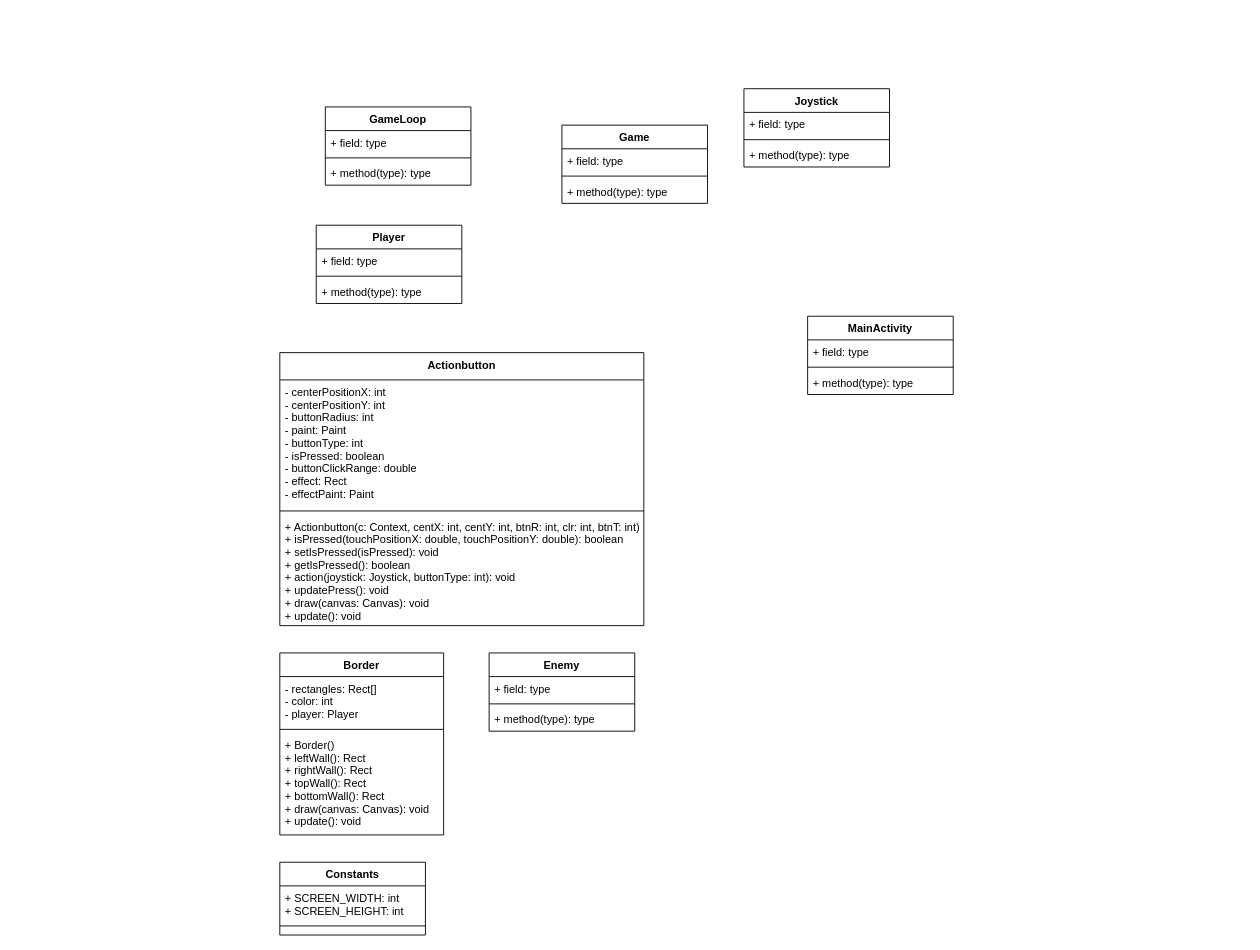
The draw.io diagram DungeonRun.drawio in alinahelk/DungeonRunUML, before the edit. Source tidied: cells renumbered, new cells numbered last; positions are measured from the earlier drawing's top-left corner, leaving out a move shared by most shapes. Both pictures are drawn from the tidied source at 91%, with x=0, y=0 at pixel (279, 88).
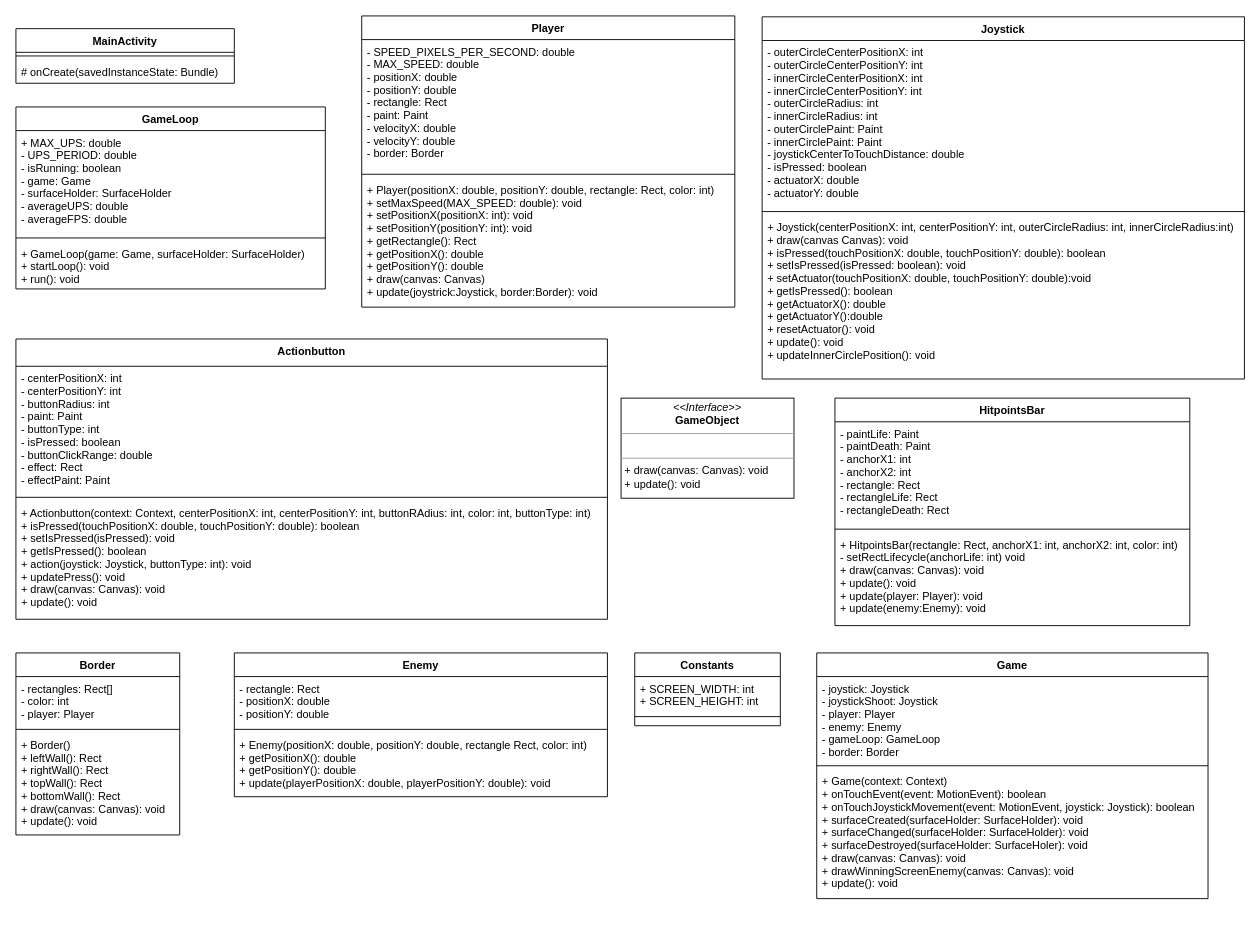
The same diagram, later.

What changed in the source:
```diff
@@
     <mxCell id="2" value="GameLoop" style="swimlane;fontStyle=1;align=center;verticalAlign=top;horizontal=1;startSize=26;" parent="1" vertex="1">
-      <mxGeometry x="50" y="20" width="160" height="86" as="geometry" />
+      <mxGeometry x="-290" y="20" width="340" height="200" as="geometry" />
     </mxCell>
-    <mxCell id="3" value="+ field: type" style="text;strokeColor=none;fillColor=none;align=left;verticalAlign=top;spacingLeft=4;spacingRight=4;overflow=hidden;" parent="2" vertex="1">
-      <mxGeometry y="26" width="160" height="26" as="geometry" />
+    <mxCell id="3" value="+ MAX_UPS: double&#10;- UPS_PERIOD: double&#10;- isRunning: boolean&#10;- game: Game&#10;- surfaceHolder: SurfaceHolder&#10;- averageUPS: double&#10;- averageFPS: double" style="text;strokeColor=none;fillColor=none;align=left;verticalAlign=top;spacingLeft=4;spacingRight=4;overflow=hidden;" parent="2" vertex="1">
+      <mxGeometry y="26" width="340" height="114" as="geometry" />
     </mxCell>
     <mxCell id="4" style="line;strokeWidth=1;fillColor=none;align=left;verticalAlign=middle;spacingTop=-1;spacingLeft=3;spacingRight=3;labelPosition=right;" parent="2" vertex="1">
-      <mxGeometry y="52" width="160" height="8" as="geometry" />
+      <mxGeometry y="140" width="340" height="8" as="geometry" />
     </mxCell>
-    <mxCell id="5" value="+ method(type): type" style="text;strokeColor=none;fillColor=none;align=left;verticalAlign=top;spacingLeft=4;spacingRight=4;overflow=hidden;" parent="2" vertex="1">
-      <mxGeometry y="60" width="160" height="26" as="geometry" />
+    <mxCell id="5" value="+ GameLoop(game: Game, surfaceHolder: SurfaceHolder)&#10;+ startLoop(): void&#10;+ run(): void" style="text;strokeColor=none;fillColor=none;align=left;verticalAlign=top;spacingLeft=4;spacingRight=4;overflow=hidden;" parent="2" vertex="1">
+      <mxGeometry y="148" width="340" height="52" as="geometry" />
     </mxCell>
     <mxCell id="6" value="Game" style="swimlane;fontStyle=1;align=center;verticalAlign=top;horizontal=1;startSize=26;" parent="1" vertex="1">
-      <mxGeometry x="310" y="40" width="160" height="86" as="geometry" />
+      <mxGeometry x="590" y="620" width="430" height="270" as="geometry" />
     </mxCell>
-    <mxCell id="7" value="+ field: type" style="text;strokeColor=none;fillColor=none;align=left;verticalAlign=top;spacingLeft=4;spacingRight=4;overflow=hidden;" parent="6" vertex="1">
-      <mxGeometry y="26" width="160" height="26" as="geometry" />
+    <mxCell id="7" value="- joystick: Joystick&#10;- joystickShoot: Joystick&#10;- player: Player&#10;- enemy: Enemy&#10;- gameLoop: GameLoop&#10;- border: Border" style="text;strokeColor=none;fillColor=none;align=left;verticalAlign=top;spacingLeft=4;spacingRight=4;overflow=hidden;" parent="6" vertex="1">
+      <mxGeometry y="26" width="430" height="94" as="geometry" />
     </mxCell>
     <mxCell id="8" style="line;strokeWidth=1;fillColor=none;align=left;verticalAlign=middle;spacingTop=-1;spacingLeft=3;spacingRight=3;labelPosition=right;" parent="6" vertex="1">
-      <mxGeometry y="52" width="160" height="8" as="geometry" />
+      <mxGeometry y="120" width="430" height="8" as="geometry" />
     </mxCell>
-    <mxCell id="9" value="+ method(type): type" style="text;strokeColor=none;fillColor=none;align=left;verticalAlign=top;spacingLeft=4;spacingRight=4;overflow=hidden;" parent="6" vertex="1">
-      <mxGeometry y="60" width="160" height="26" as="geometry" />
+    <mxCell id="9" value="+ Game(context: Context)&#10;+ onTouchEvent(event: MotionEvent): boolean&#10;+ onTouchJoystickMovement(event: MotionEvent, joystick: Joystick): boolean&#10;+ surfaceCreated(surfaceHolder: SurfaceHolder): void&#10;+ surfaceChanged(surfaceHolder: SurfaceHolder): void&#10;+ surfaceDestroyed(surfaceHolder: SurfaceHoler): void&#10;+ draw(canvas: Canvas): void&#10;+ drawWinningScreenEnemy(canvas: Canvas): void&#10;+ update(): void" style="text;strokeColor=none;fillColor=none;align=left;verticalAlign=top;spacingLeft=4;spacingRight=4;overflow=hidden;" parent="6" vertex="1">
+      <mxGeometry y="128" width="430" height="142" as="geometry" />
     </mxCell>
     <mxCell id="10" value="Enemy" style="swimlane;fontStyle=1;align=center;verticalAlign=top;horizontal=1;startSize=26;" parent="1" vertex="1">
-      <mxGeometry x="230" y="620" width="160" height="86" as="geometry" />
+      <mxGeometry x="-50" y="620" width="410" height="158" as="geometry" />
     </mxCell>
-    <mxCell id="11" value="+ field: type" style="text;strokeColor=none;fillColor=none;align=left;verticalAlign=top;spacingLeft=4;spacingRight=4;overflow=hidden;" parent="10" vertex="1">
-      <mxGeometry y="26" width="160" height="26" as="geometry" />
+    <mxCell id="11" value="- rectangle: Rect&#10;- positionX: double&#10;- positionY: double" style="text;strokeColor=none;fillColor=none;align=left;verticalAlign=top;spacingLeft=4;spacingRight=4;overflow=hidden;" parent="10" vertex="1">
+      <mxGeometry y="26" width="410" height="54" as="geometry" />
     </mxCell>
     <mxCell id="12" style="line;strokeWidth=1;fillColor=none;align=left;verticalAlign=middle;spacingTop=-1;spacingLeft=3;spacingRight=3;labelPosition=right;" parent="10" vertex="1">
-      <mxGeometry y="52" width="160" height="8" as="geometry" />
+      <mxGeometry y="80" width="410" height="8" as="geometry" />
     </mxCell>
-    <mxCell id="13" value="+ method(type): type" style="text;strokeColor=none;fillColor=none;align=left;verticalAlign=top;spacingLeft=4;spacingRight=4;overflow=hidden;" parent="10" vertex="1">
-      <mxGeometry y="60" width="160" height="26" as="geometry" />
+    <mxCell id="13" value="+ Enemy(positionX: double, positionY: double, rectangle Rect, color: int)&#10;+ getPositionX(): double&#10;+ getPositionY(): double&#10;+ update(playerPositionX: double, playerPositionY: double): void&#10;" style="text;strokeColor=none;fillColor=none;align=left;verticalAlign=top;spacingLeft=4;spacingRight=4;overflow=hidden;" parent="10" vertex="1">
+      <mxGeometry y="88" width="410" height="70" as="geometry" />
     </mxCell>
     <mxCell id="14" value="Player" style="swimlane;fontStyle=1;align=center;verticalAlign=top;horizontal=1;startSize=26;" parent="1" vertex="1">
-      <mxGeometry x="40" y="150" width="160" height="86" as="geometry" />
+      <mxGeometry x="90" y="-80" width="410" height="320" as="geometry" />
     </mxCell>
-    <mxCell id="15" value="+ field: type" style="text;strokeColor=none;fillColor=none;align=left;verticalAlign=top;spacingLeft=4;spacingRight=4;overflow=hidden;" parent="14" vertex="1">
-      <mxGeometry y="26" width="160" height="26" as="geometry" />
+    <mxCell id="15" value="- SPEED_PIXELS_PER_SECOND: double&#10;- MAX_SPEED: double&#10;- positionX: double&#10;- positionY: double&#10;- rectangle: Rect&#10;- paint: Paint&#10;- velocityX: double&#10;- velocityY: double&#10;- border: Border" style="text;strokeColor=none;fillColor=none;align=left;verticalAlign=top;spacingLeft=4;spacingRight=4;overflow=hidden;" parent="14" vertex="1">
+      <mxGeometry y="26" width="410" height="144" as="geometry" />
     </mxCell>
     <mxCell id="16" style="line;strokeWidth=1;fillColor=none;align=left;verticalAlign=middle;spacingTop=-1;spacingLeft=3;spacingRight=3;labelPosition=right;" parent="14" vertex="1">
-      <mxGeometry y="52" width="160" height="8" as="geometry" />
+      <mxGeometry y="170" width="410" height="8" as="geometry" />
     </mxCell>
-    <mxCell id="17" value="+ method(type): type" style="text;strokeColor=none;fillColor=none;align=left;verticalAlign=top;spacingLeft=4;spacingRight=4;overflow=hidden;" parent="14" vertex="1">
-      <mxGeometry y="60" width="160" height="26" as="geometry" />
+    <mxCell id="17" value="+ Player(positionX: double, positionY: double, rectangle: Rect, color: int)&#10;+ setMaxSpeed(MAX_SPEED: double): void&#10;+ setPositionX(positionX: int): void&#10;+ setPositionY(positionY: int): void&#10;+ getRectangle(): Rect&#10;+ getPositionX(): double&#10;+ getPositionY(): double&#10;+ draw(canvas: Canvas)&#10;+ update(joystrick:Joystick, border:Border): void" style="text;strokeColor=none;fillColor=none;align=left;verticalAlign=top;spacingLeft=4;spacingRight=4;overflow=hidden;" parent="14" vertex="1">
+      <mxGeometry y="178" width="410" height="142" as="geometry" />
     </mxCell>
     <mxCell id="18" value="Joystick" style="swimlane;fontStyle=1;align=center;verticalAlign=top;horizontal=1;startSize=26;" parent="1" vertex="1">
-      <mxGeometry x="510" width="160" height="86" as="geometry" />
+      <mxGeometry x="530" y="-79" width="530" height="398" as="geometry" />
     </mxCell>
-    <mxCell id="19" value="+ field: type" style="text;strokeColor=none;fillColor=none;align=left;verticalAlign=top;spacingLeft=4;spacingRight=4;overflow=hidden;" parent="18" vertex="1">
-      <mxGeometry y="26" width="160" height="26" as="geometry" />
+    <mxCell id="19" value="- outerCircleCenterPositionX: int&#10;- outerCircleCenterPositionY: int&#10;- innerCircleCenterPositionX: int&#10;- innerCircleCenterPositionY: int&#10;- outerCircleRadius: int&#10;- innerCircleRadius: int&#10;- outerCirclePaint: Paint&#10;- innerCirclePaint: Paint&#10;- joystickCenterToTouchDistance: double&#10;- isPressed: boolean&#10;- actuatorX: double&#10;- actuatorY: double" style="text;strokeColor=none;fillColor=none;align=left;verticalAlign=top;spacingLeft=4;spacingRight=4;overflow=hidden;" parent="18" vertex="1">
+      <mxGeometry y="26" width="530" height="184" as="geometry" />
     </mxCell>
     <mxCell id="20" style="line;strokeWidth=1;fillColor=none;align=left;verticalAlign=middle;spacingTop=-1;spacingLeft=3;spacingRight=3;labelPosition=right;" parent="18" vertex="1">
-      <mxGeometry y="52" width="160" height="8" as="geometry" />
+      <mxGeometry y="210" width="530" height="8" as="geometry" />
     </mxCell>
-    <mxCell id="21" value="+ method(type): type" style="text;strokeColor=none;fillColor=none;align=left;verticalAlign=top;spacingLeft=4;spacingRight=4;overflow=hidden;" parent="18" vertex="1">
-      <mxGeometry y="60" width="160" height="26" as="geometry" />
+    <mxCell id="21" value="+ Joystick(centerPositionX: int, centerPositionY: int, outerCircleRadius: int, innerCircleRadius:int)&#10;+ draw(canvas Canvas): void&#10;+ isPressed(touchPositionX: double, touchPositionY: double): boolean&#10;+ setIsPressed(isPressed: boolean): void&#10;+ setActuator(touchPositionX: double, touchPositionY: double):void&#10;+ getIsPressed(): boolean&#10;+ getActuatorX(): double&#10;+ getActuatorY():double&#10;+ resetActuator(): void&#10;+ update(): void&#10;+ updateInnerCirclePosition(): void&#10;" style="text;strokeColor=none;fillColor=none;align=left;verticalAlign=top;spacingLeft=4;spacingRight=4;overflow=hidden;" parent="18" vertex="1">
+      <mxGeometry y="218" width="530" height="180" as="geometry" />
     </mxCell>
     <mxCell id="22" value="Actionbutton" style="swimlane;fontStyle=1;align=center;verticalAlign=top;horizontal=1;startSize=30;" parent="1" vertex="1">
-      <mxGeometry y="290" width="400" height="300" as="geometry" />
+      <mxGeometry x="-290" y="275" width="650" height="308" as="geometry" />
     </mxCell>
     <mxCell id="23" value="- centerPositionX: int&#10;- centerPositionY: int&#10;- buttonRadius: int&#10;- paint: Paint&#10;- buttonType: int&#10;- isPressed: boolean&#10;- buttonClickRange: double&#10;- effect: Rect&#10;- effectPaint: Paint&#10;" style="text;strokeColor=none;fillColor=none;align=left;verticalAlign=top;spacingLeft=4;spacingRight=4;overflow=hidden;" parent="22" vertex="1">
-      <mxGeometry y="30" width="400" height="140" as="geometry" />
+      <mxGeometry y="30" width="650" height="140" as="geometry" />
     </mxCell>
     <mxCell id="24" style="line;strokeWidth=1;fillColor=none;align=left;verticalAlign=middle;spacingTop=-1;spacingLeft=3;spacingRight=3;labelPosition=right;" parent="22" vertex="1">
-      <mxGeometry y="170" width="400" height="8" as="geometry" />
+      <mxGeometry y="170" width="650" height="8" as="geometry" />
     </mxCell>
-    <mxCell id="25" value="+ Actionbutton(c: Context, centX: int, centY: int, btnR: int, clr: int, btnT: int)&#10;+ isPressed(touchPositionX: double, touchPositionY: double): boolean&#10;+ setIsPressed(isPressed): void&#10;+ getIsPressed(): boolean&#10;+ action(joystick: Joystick, buttonType: int): void&#10;+ updatePress(): void&#10;+ draw(canvas: Canvas): void&#10;+ update(): void" style="text;strokeColor=none;fillColor=none;align=left;verticalAlign=top;spacingLeft=4;spacingRight=4;overflow=hidden;" parent="22" vertex="1">
-      <mxGeometry y="178" width="400" height="122" as="geometry" />
+    <mxCell id="25" value="+ Actionbutton(context: Context, centerPositionX: int, centerPositionY: int, buttonRAdius: int, color: int, buttonType: int)&#10;+ isPressed(touchPositionX: double, touchPositionY: double): boolean&#10;+ setIsPressed(isPressed): void&#10;+ getIsPressed(): boolean&#10;+ action(joystick: Joystick, buttonType: int): void&#10;+ updatePress(): void&#10;+ draw(canvas: Canvas): void&#10;+ update(): void" style="text;strokeColor=none;fillColor=none;align=left;verticalAlign=top;spacingLeft=4;spacingRight=4;overflow=hidden;" parent="22" vertex="1">
+      <mxGeometry y="178" width="650" height="130" as="geometry" />
     </mxCell>
     <mxCell id="26" value="Border" style="swimlane;fontStyle=1;align=center;verticalAlign=top;horizontal=1;startSize=26;" parent="1" vertex="1">
-      <mxGeometry y="620" width="180" height="200" as="geometry" />
+      <mxGeometry x="-290" y="620" width="180" height="200" as="geometry" />
     </mxCell>
@@
     <mxCell id="30" value="Constants" style="swimlane;fontStyle=1;align=center;verticalAlign=top;horizontal=1;startSize=26;" parent="1" vertex="1">
-      <mxGeometry y="850" width="160" height="80" as="geometry" />
+      <mxGeometry x="390" y="620" width="160" height="80" as="geometry" />
     </mxCell>
@@
     <mxCell id="33" value="MainActivity" style="swimlane;fontStyle=1;align=center;verticalAlign=top;horizontal=1;startSize=26;" parent="1" vertex="1">
-      <mxGeometry x="580" y="250" width="160" height="86" as="geometry" />
+      <mxGeometry x="-290" y="-66" width="240" height="60" as="geometry" />
     </mxCell>
-    <mxCell id="34" value="+ field: type" style="text;strokeColor=none;fillColor=none;align=left;verticalAlign=top;spacingLeft=4;spacingRight=4;overflow=hidden;" parent="33" vertex="1">
-      <mxGeometry y="26" width="160" height="26" as="geometry" />
-    </mxCell>
     <mxCell id="35" style="line;strokeWidth=1;fillColor=none;align=left;verticalAlign=middle;spacingTop=-1;spacingLeft=3;spacingRight=3;labelPosition=right;" parent="33" vertex="1">
-      <mxGeometry y="52" width="160" height="8" as="geometry" />
+      <mxGeometry y="26" width="240" height="8" as="geometry" />
     </mxCell>
-    <mxCell id="36" value="+ method(type): type" style="text;strokeColor=none;fillColor=none;align=left;verticalAlign=top;spacingLeft=4;spacingRight=4;overflow=hidden;" parent="33" vertex="1">
-      <mxGeometry y="60" width="160" height="26" as="geometry" />
+    <mxCell id="36" value="# onCreate(savedInstanceState: Bundle)" style="text;strokeColor=none;fillColor=none;align=left;verticalAlign=top;spacingLeft=4;spacingRight=4;overflow=hidden;" parent="33" vertex="1">
+      <mxGeometry y="34" width="240" height="26" as="geometry" />
     </mxCell>
+    <mxCell id="37" value="&lt;p style=&quot;margin:0px;margin-top:4px;text-align:center;&quot;&gt;&lt;i&gt;&amp;lt;&amp;lt;Interface&amp;gt;&amp;gt;&lt;/i&gt;&lt;br&gt;&lt;b&gt;GameObject&lt;/b&gt;&lt;/p&gt;&lt;hr size=&quot;1&quot;&gt;&lt;p style=&quot;margin:0px;margin-left:4px;&quot;&gt;&lt;br&gt;&lt;/p&gt;&lt;hr size=&quot;1&quot;&gt;&lt;p style=&quot;margin:0px;margin-left:4px;&quot;&gt;+ draw(canvas: Canvas): void&lt;br&gt;+ update(): void&lt;/p&gt;" style="verticalAlign=top;align=left;overflow=fill;fontSize=12;fontFamily=Helvetica;html=1;" parent="1" vertex="1">
+      <mxGeometry x="375" y="340" width="190" height="110" as="geometry" />
+    </mxCell>
+    <mxCell id="38" value="HitpointsBar" style="swimlane;fontStyle=1;align=center;verticalAlign=top;horizontal=1;startSize=26;" parent="1" vertex="1">
+      <mxGeometry x="610" y="340" width="390" height="250" as="geometry" />
+    </mxCell>
+    <mxCell id="39" value="- paintLife: Paint&#10;- paintDeath: Paint&#10;- anchorX1: int&#10;- anchorX2: int&#10;- rectangle: Rect&#10;- rectangleLife: Rect&#10;- rectangleDeath: Rect" style="text;strokeColor=none;fillColor=none;align=left;verticalAlign=top;spacingLeft=4;spacingRight=4;overflow=hidden;" parent="38" vertex="1">
+      <mxGeometry y="26" width="390" height="114" as="geometry" />
+    </mxCell>
+    <mxCell id="40" style="line;strokeWidth=1;fillColor=none;align=left;verticalAlign=middle;spacingTop=-1;spacingLeft=3;spacingRight=3;labelPosition=right;" parent="38" vertex="1">
+      <mxGeometry y="140" width="390" height="8" as="geometry" />
+    </mxCell>
+    <mxCell id="41" value="+ HitpointsBar(rectangle: Rect, anchorX1: int, anchorX2: int, color: int)&#10;- setRectLifecycle(anchorLife: int) void&#10;+ draw(canvas: Canvas): void&#10;+ update(): void&#10;+ update(player: Player): void&#10;+ update(enemy:Enemy): void" style="text;strokeColor=none;fillColor=none;align=left;verticalAlign=top;spacingLeft=4;spacingRight=4;overflow=hidden;" parent="38" vertex="1">
+      <mxGeometry y="148" width="390" height="102" as="geometry" />
+    </mxCell>
```
